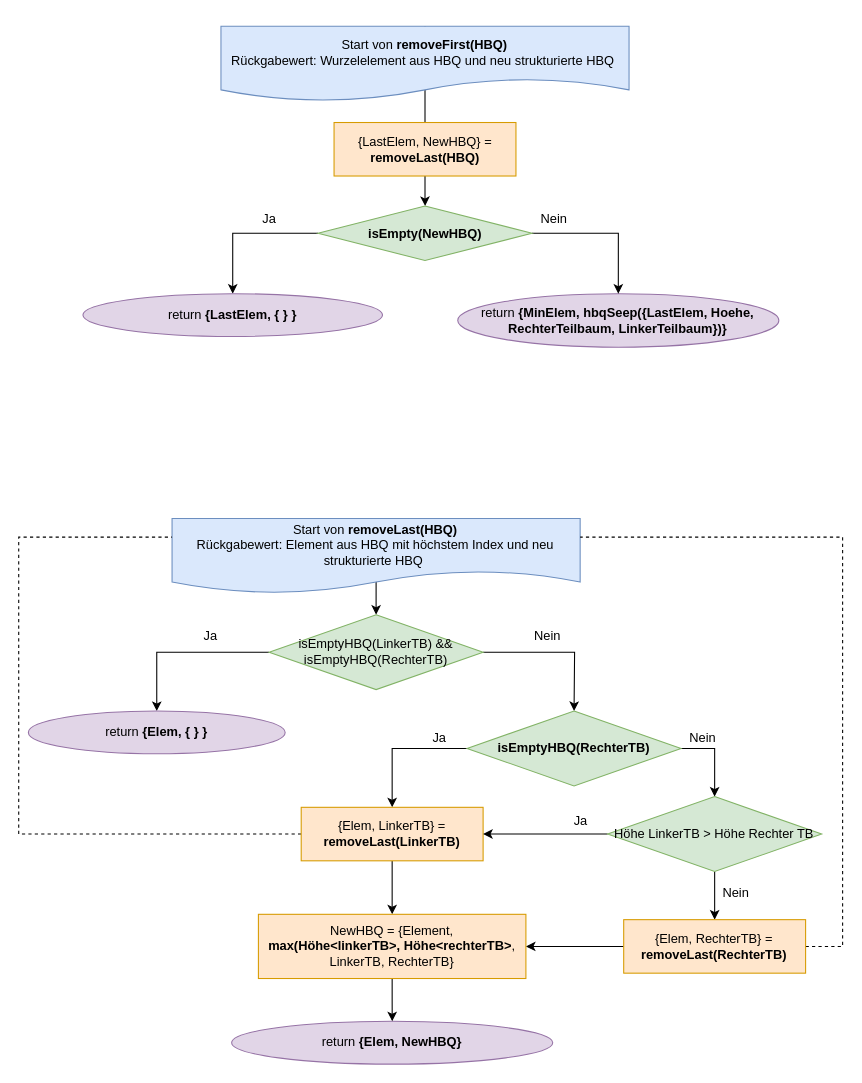
Earlier version of the draw.io diagram Grafiken:Bilder/draw.io/HBQ/2.2. removeFirstLastHBQ.drawio (krisschaaf/Hausarbeit_Erlang_Queues). Source tidied: cells renumbered, new cells numbered last; positions are measured from the earlier drawing's top-left corner, leaving out a move shared by most shapes. Both pictures are drawn from the tidied source at 107%, with x=0, y=0 at pixel (18, 26).
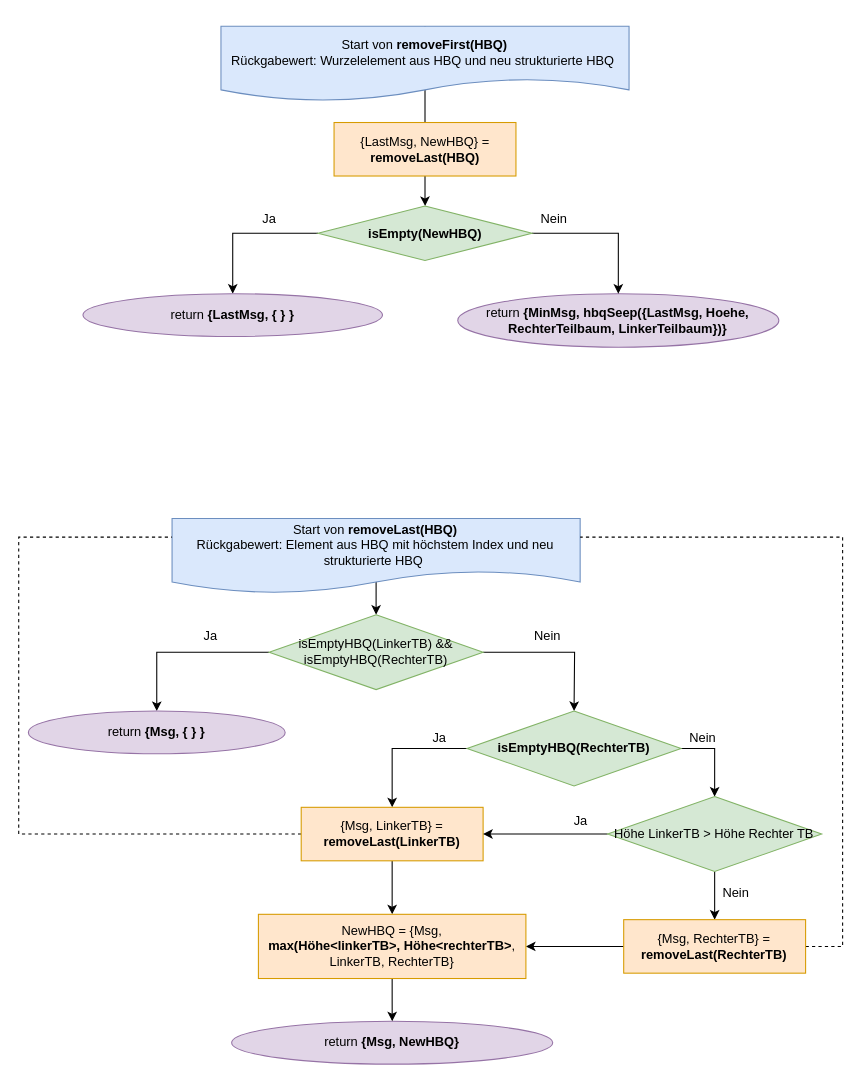
The same diagram, later.

Change to the diagram source:
```diff
@@
-    <mxCell id="4" value="return &lt;b&gt;{MinElem, hbqSeep({LastElem, Hoehe, RechterTeilbaum, LinkerTeilbaum})}&lt;/b&gt;" style="ellipse;whiteSpace=wrap;html=1;rounded=0;fillColor=#e1d5e7;strokeColor=#9673a6;" parent="1" vertex="1">
+    <mxCell id="4" value="return &lt;b&gt;{MinMsg, hbqSeep({LastMsg, Hoehe, RechterTeilbaum, LinkerTeilbaum})}&lt;/b&gt;" style="ellipse;whiteSpace=wrap;html=1;rounded=0;fillColor=#e1d5e7;strokeColor=#9673a6;" parent="1" vertex="1">
       <mxGeometry x="410.3" y="250" width="300.1" height="50" as="geometry" />
     </mxCell>
@@
-    <mxCell id="6" value="{LastElem, NewHBQ} = &lt;b&gt;removeLast(HBQ)&lt;/b&gt;" style="rounded=0;whiteSpace=wrap;html=1;fillColor=#ffe6cc;strokeColor=#d79b00;" parent="1" vertex="1">
+    <mxCell id="6" value="{LastMsg, NewHBQ} = &lt;b&gt;removeLast(HBQ)&lt;/b&gt;" style="rounded=0;whiteSpace=wrap;html=1;fillColor=#ffe6cc;strokeColor=#d79b00;" parent="1" vertex="1">
       <mxGeometry x="294.7" y="90" width="170" height="50" as="geometry" />
     </mxCell>
@@
-    <mxCell id="14" value="return &lt;b&gt;{Elem, { } }&lt;/b&gt;" style="ellipse;whiteSpace=wrap;html=1;rounded=0;fillColor=#e1d5e7;strokeColor=#9673a6;" parent="1" vertex="1">
+    <mxCell id="14" value="return &lt;b&gt;{Msg, { } }&lt;/b&gt;" style="ellipse;whiteSpace=wrap;html=1;rounded=0;fillColor=#e1d5e7;strokeColor=#9673a6;" parent="1" vertex="1">
       <mxGeometry x="9" y="640" width="240" height="40" as="geometry" />
     </mxCell>
-    <mxCell id="15" value="return &lt;b&gt;{Elem, NewHBQ}&lt;/b&gt;" style="ellipse;whiteSpace=wrap;html=1;rounded=0;fillColor=#e1d5e7;strokeColor=#9673a6;" parent="1" vertex="1">
+    <mxCell id="15" value="return &lt;b&gt;{Msg, NewHBQ}&lt;/b&gt;" style="ellipse;whiteSpace=wrap;html=1;rounded=0;fillColor=#e1d5e7;strokeColor=#9673a6;" parent="1" vertex="1">
       <mxGeometry x="199" y="930" width="300.1" height="40" as="geometry" />
     </mxCell>
@@
-    <mxCell id="21" value="{Elem, LinkerTB} = &lt;b&gt;removeLast(LinkerTB)&lt;/b&gt;" style="rounded=0;whiteSpace=wrap;html=1;fillColor=#ffe6cc;strokeColor=#d79b00;" parent="1" vertex="1">
+    <mxCell id="21" value="{Msg, LinkerTB} = &lt;b&gt;removeLast(LinkerTB)&lt;/b&gt;" style="rounded=0;whiteSpace=wrap;html=1;fillColor=#ffe6cc;strokeColor=#d79b00;" parent="1" vertex="1">
       <mxGeometry x="264" y="730" width="170" height="50" as="geometry" />
     </mxCell>
@@
-    <mxCell id="27" value="{Elem, RechterTB} = &lt;b&gt;removeLast(RechterTB)&lt;/b&gt;" style="rounded=0;whiteSpace=wrap;html=1;fillColor=#ffe6cc;strokeColor=#d79b00;" parent="1" vertex="1">
+    <mxCell id="27" value="{Msg, RechterTB} = &lt;b&gt;removeLast(RechterTB)&lt;/b&gt;" style="rounded=0;whiteSpace=wrap;html=1;fillColor=#ffe6cc;strokeColor=#d79b00;" parent="1" vertex="1">
       <mxGeometry x="565.4" y="835" width="170" height="50" as="geometry" />
     </mxCell>
@@
-    <mxCell id="33" value="NewHBQ = {Element, &lt;br&gt;&lt;b&gt;max(Höhe&amp;lt;linkerTB&amp;gt;, Höhe&amp;lt;rechterTB&amp;gt;&lt;/b&gt;, &lt;br&gt;LinkerTB, RechterTB}" style="rounded=0;whiteSpace=wrap;html=1;fillColor=#ffe6cc;strokeColor=#d79b00;" parent="1" vertex="1">
+    <mxCell id="33" value="NewHBQ = {Msg, &lt;br&gt;&lt;b&gt;max(Höhe&amp;lt;linkerTB&amp;gt;, Höhe&amp;lt;rechterTB&amp;gt;&lt;/b&gt;, &lt;br&gt;LinkerTB, RechterTB}" style="rounded=0;whiteSpace=wrap;html=1;fillColor=#ffe6cc;strokeColor=#d79b00;" parent="1" vertex="1">
       <mxGeometry x="224" y="830" width="250" height="60" as="geometry" />
     </mxCell>
@@
-    <mxCell id="37" value="return &lt;b&gt;{LastElem, { } }&lt;/b&gt;" style="ellipse;whiteSpace=wrap;html=1;rounded=0;fillColor=#e1d5e7;strokeColor=#9673a6;" parent="1" vertex="1">
+    <mxCell id="37" value="return &lt;b&gt;{LastMsg, { } }&lt;/b&gt;" style="ellipse;whiteSpace=wrap;html=1;rounded=0;fillColor=#e1d5e7;strokeColor=#9673a6;" parent="1" vertex="1">
       <mxGeometry x="60" y="250" width="280" height="40" as="geometry" />
     </mxCell>
```
